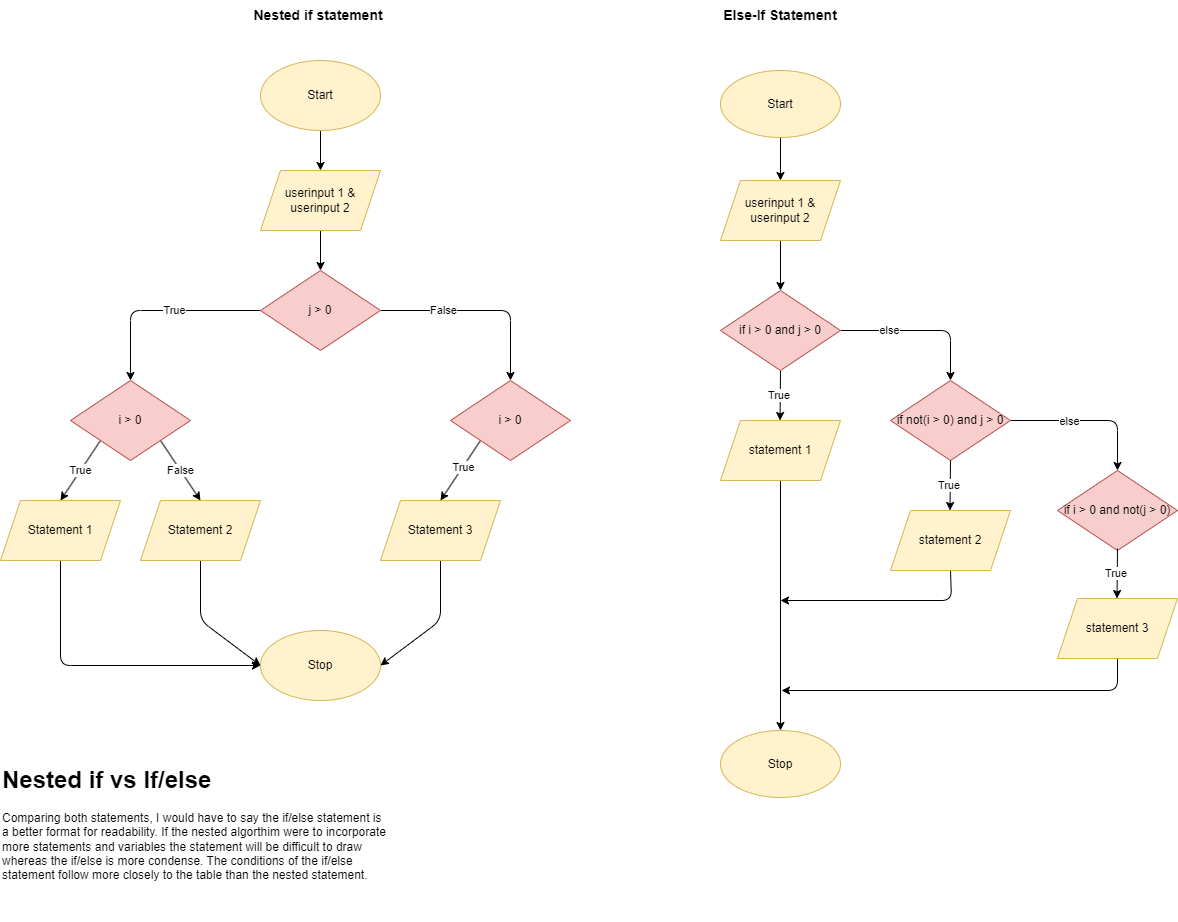
This is main.png from ipivanparra/Algorithm-4-1, a draw.io export, as it was before one commit. Source tidied: cells renumbered, new cells last; positions are measured from the earlier drawing's top-left corner, leaving out a move shared by most shapes.
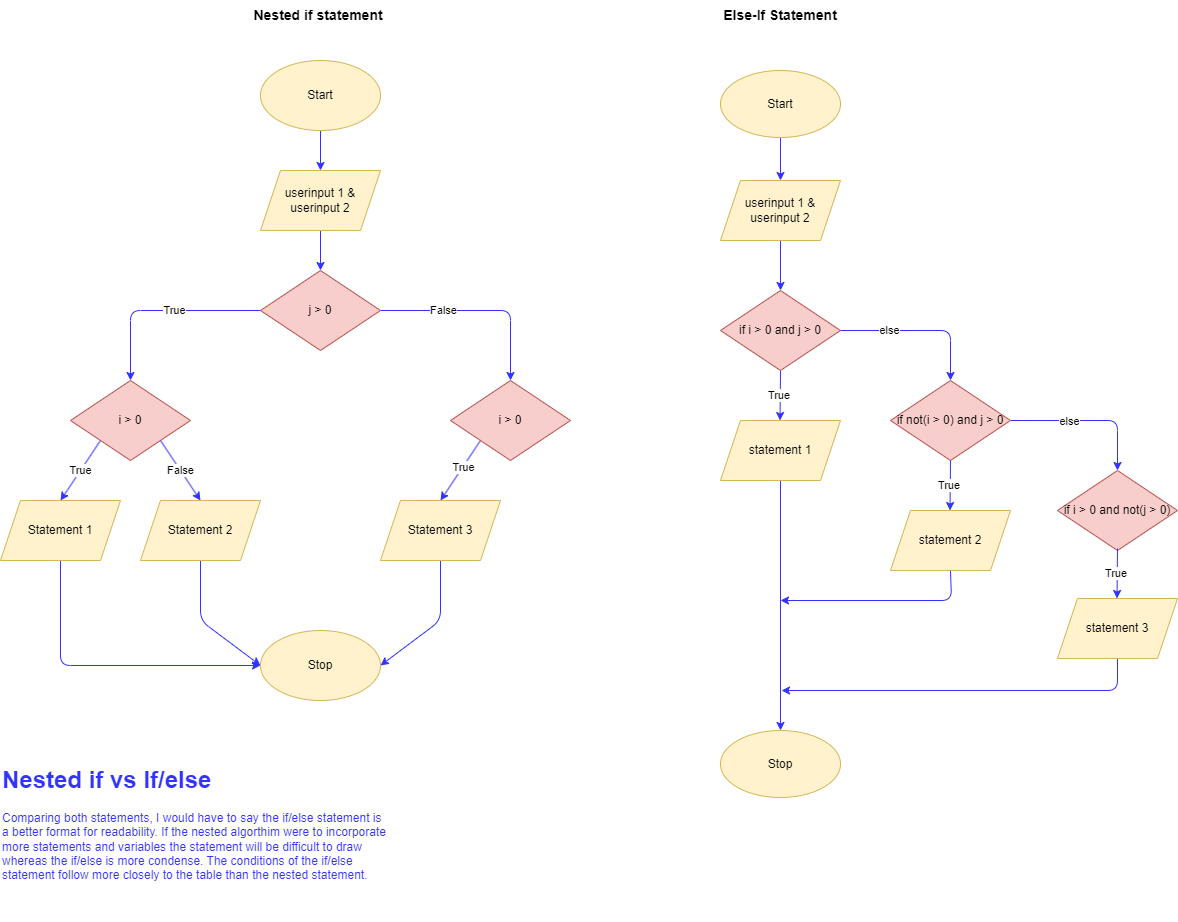
After the commit.

Diff of the diagram source:
```diff
@@ -2,13 +2,13 @@
   <root>
     <mxCell id="0" />
     <mxCell id="1" parent="0" />
-    <mxCell id="2" style="edgeStyle=none;html=1;exitX=0.5;exitY=1;exitDx=0;exitDy=0;entryX=0.5;entryY=0;entryDx=0;entryDy=0;" parent="1" edge="1" source="3" target="23">
+    <mxCell id="2" style="edgeStyle=none;html=1;exitX=0.5;exitY=1;exitDx=0;exitDy=0;entryX=0.5;entryY=0;entryDx=0;entryDy=0;strokeColor=#3333FF;fillColor=#3333FF;" parent="1" edge="1" source="3" target="23">
       <mxGeometry relative="1" as="geometry" />
     </mxCell>
     <mxCell id="3" value="userinput 1 &amp;amp; userinput 2" style="shape=parallelogram;perimeter=parallelogramPerimeter;whiteSpace=wrap;html=1;fixedSize=1;fillColor=#fff2cc;strokeColor=#d6b656;" parent="1" vertex="1">
       <mxGeometry x="260" y="170" width="120" height="60" as="geometry" />
     </mxCell>
-    <mxCell id="4" style="edgeStyle=none;html=1;exitX=0;exitY=0.5;exitDx=0;exitDy=0;entryX=0.5;entryY=0;entryDx=0;entryDy=0;" parent="1" edge="1" target="12">
+    <mxCell id="4" style="edgeStyle=none;html=1;exitX=0;exitY=0.5;exitDx=0;exitDy=0;entryX=0.5;entryY=0;entryDx=0;entryDy=0;strokeColor=#3333FF;" parent="1" edge="1" target="12">
       <mxGeometry relative="1" as="geometry">
         <mxPoint x="260" y="310" as="sourcePoint" />
         <Array as="points">
@@ -19,7 +19,7 @@
     <mxCell id="5" value="True" style="edgeLabel;html=1;align=center;verticalAlign=middle;" parent="4" vertex="1">
       <mxGeometry x="-0.13" y="-1" relative="1" as="geometry" />
     </mxCell>
-    <mxCell id="6" style="edgeStyle=none;html=1;exitX=1;exitY=0.5;exitDx=0;exitDy=0;entryX=0.5;entryY=0;entryDx=0;entryDy=0;" parent="1" edge="1" target="15">
+    <mxCell id="6" style="edgeStyle=none;html=1;exitX=1;exitY=0.5;exitDx=0;exitDy=0;entryX=0.5;entryY=0;entryDx=0;entryDy=0;fillColor=#3333FF;strokeColor=#3333FF;" parent="1" edge="1" target="15">
       <mxGeometry relative="1" as="geometry">
         <mxPoint x="380" y="310" as="sourcePoint" />
         <Array as="points">
@@ -30,22 +30,22 @@
     <mxCell id="7" value="False" style="edgeLabel;html=1;align=center;verticalAlign=middle;" parent="6" vertex="1">
       <mxGeometry x="-0.38" y="1" relative="1" as="geometry" />
     </mxCell>
-    <mxCell id="8" style="edgeStyle=none;html=1;exitX=0.5;exitY=1;exitDx=0;exitDy=0;entryX=0.5;entryY=0;entryDx=0;entryDy=0;" parent="1" edge="1" source="9" target="3">
+    <mxCell id="8" style="edgeStyle=none;html=1;exitX=0.5;exitY=1;exitDx=0;exitDy=0;entryX=0.5;entryY=0;entryDx=0;entryDy=0;strokeColor=#3333FF;" parent="1" edge="1" source="9" target="3">
       <mxGeometry relative="1" as="geometry" />
     </mxCell>
     <mxCell id="9" value="Start" style="ellipse;whiteSpace=wrap;html=1;fillColor=#fff2cc;strokeColor=#d6b656;" parent="1" vertex="1">
       <mxGeometry x="260" y="60" width="120" height="70" as="geometry" />
     </mxCell>
-    <mxCell id="10" value="True" style="edgeStyle=none;html=1;exitX=0;exitY=1;exitDx=0;exitDy=0;entryX=0.5;entryY=0;entryDx=0;entryDy=0;" parent="1" edge="1" source="12" target="17">
+    <mxCell id="10" value="True" style="edgeStyle=none;html=1;exitX=0;exitY=1;exitDx=0;exitDy=0;entryX=0.5;entryY=0;entryDx=0;entryDy=0;strokeColor=#3333FF;" parent="1" edge="1" source="12" target="17">
       <mxGeometry relative="1" as="geometry" />
     </mxCell>
-    <mxCell id="11" value="False" style="edgeStyle=none;html=1;exitX=1;exitY=1;exitDx=0;exitDy=0;entryX=0.5;entryY=0;entryDx=0;entryDy=0;" parent="1" edge="1" source="12" target="19">
+    <mxCell id="11" value="False" style="edgeStyle=none;html=1;exitX=1;exitY=1;exitDx=0;exitDy=0;entryX=0.5;entryY=0;entryDx=0;entryDy=0;strokeColor=#3333FF;" parent="1" edge="1" source="12" target="19">
       <mxGeometry relative="1" as="geometry" />
     </mxCell>
     <mxCell id="12" value="i &amp;gt; 0" style="rhombus;whiteSpace=wrap;html=1;fillColor=#f8cecc;strokeColor=#b85450;" parent="1" vertex="1">
       <mxGeometry x="70" y="380" width="120" height="80" as="geometry" />
     </mxCell>
-    <mxCell id="13" style="edgeStyle=none;html=1;exitX=0;exitY=1;exitDx=0;exitDy=0;entryX=0.5;entryY=0;entryDx=0;entryDy=0;" parent="1" edge="1" source="15" target="21">
+    <mxCell id="13" style="edgeStyle=none;html=1;exitX=0;exitY=1;exitDx=0;exitDy=0;entryX=0.5;entryY=0;entryDx=0;entryDy=0;strokeColor=#3333FF;" parent="1" edge="1" source="15" target="21">
       <mxGeometry relative="1" as="geometry" />
     </mxCell>
     <mxCell id="14" value="True" style="edgeLabel;html=1;align=center;verticalAlign=middle;" parent="13" vertex="1">
@@ -54,7 +54,7 @@
     <mxCell id="15" value="i &amp;gt; 0" style="rhombus;whiteSpace=wrap;html=1;fillColor=#f8cecc;strokeColor=#b85450;" parent="1" vertex="1">
       <mxGeometry x="450" y="380" width="120" height="80" as="geometry" />
     </mxCell>
-    <mxCell id="16" style="edgeStyle=none;html=1;exitX=0.5;exitY=1;exitDx=0;exitDy=0;entryX=0;entryY=0.5;entryDx=0;entryDy=0;" parent="1" edge="1" source="17" target="24">
+    <mxCell id="16" style="edgeStyle=none;html=1;exitX=0.5;exitY=1;exitDx=0;exitDy=0;entryX=0;entryY=0.5;entryDx=0;entryDy=0;strokeColor=#3333FF;" parent="1" edge="1" source="17" target="24">
       <mxGeometry relative="1" as="geometry">
         <Array as="points">
           <mxPoint x="60" y="665" />
@@ -64,7 +64,7 @@
     <mxCell id="17" value="Statement 1" style="shape=parallelogram;perimeter=parallelogramPerimeter;whiteSpace=wrap;html=1;fixedSize=1;fillColor=#fff2cc;strokeColor=#d6b656;" parent="1" vertex="1">
       <mxGeometry y="500" width="120" height="60" as="geometry" />
     </mxCell>
-    <mxCell id="18" style="edgeStyle=none;html=1;exitX=0.5;exitY=1;exitDx=0;exitDy=0;entryX=0;entryY=0.5;entryDx=0;entryDy=0;" parent="1" edge="1" source="19" target="24">
+    <mxCell id="18" style="edgeStyle=none;html=1;exitX=0.5;exitY=1;exitDx=0;exitDy=0;entryX=0;entryY=0.5;entryDx=0;entryDy=0;strokeColor=#3333FF;" parent="1" edge="1" source="19" target="24">
       <mxGeometry relative="1" as="geometry">
         <Array as="points">
           <mxPoint x="200" y="620" />
@@ -74,7 +74,7 @@
     <mxCell id="19" value="Statement 2" style="shape=parallelogram;perimeter=parallelogramPerimeter;whiteSpace=wrap;html=1;fixedSize=1;fillColor=#fff2cc;strokeColor=#d6b656;" parent="1" vertex="1">
       <mxGeometry x="140" y="500" width="120" height="60" as="geometry" />
     </mxCell>
-    <mxCell id="20" style="edgeStyle=none;html=1;exitX=0.5;exitY=1;exitDx=0;exitDy=0;entryX=1;entryY=0.5;entryDx=0;entryDy=0;" parent="1" edge="1" source="21" target="24">
+    <mxCell id="20" style="edgeStyle=none;html=1;exitX=0.5;exitY=1;exitDx=0;exitDy=0;entryX=1;entryY=0.5;entryDx=0;entryDy=0;strokeColor=#3333FF;" parent="1" edge="1" source="21" target="24">
       <mxGeometry relative="1" as="geometry">
         <Array as="points">
           <mxPoint x="440" y="620" />
@@ -93,19 +93,19 @@
     <mxCell id="24" value="Stop" style="ellipse;whiteSpace=wrap;html=1;fillColor=#fff2cc;strokeColor=#d6b656;" parent="1" vertex="1">
       <mxGeometry x="260" y="630" width="120" height="70" as="geometry" />
     </mxCell>
-    <mxCell id="25" style="edgeStyle=none;html=1;" parent="1" edge="1" source="26" target="28">
+    <mxCell id="25" style="edgeStyle=none;html=1;strokeColor=#3333FF;" parent="1" edge="1" source="26" target="28">
       <mxGeometry relative="1" as="geometry" />
     </mxCell>
     <mxCell id="26" value="Start" style="ellipse;whiteSpace=wrap;html=1;fillColor=#fff2cc;strokeColor=#d6b656;" parent="1" vertex="1">
       <mxGeometry x="720" y="70" width="120" height="67" as="geometry" />
     </mxCell>
-    <mxCell id="27" style="edgeStyle=none;html=1;" parent="1" edge="1" source="28" target="31">
+    <mxCell id="27" style="edgeStyle=none;html=1;strokeColor=#3333FF;" parent="1" edge="1" source="28" target="31">
       <mxGeometry relative="1" as="geometry" />
     </mxCell>
     <mxCell id="28" value="userinput 1 &amp;amp; userinput 2" style="shape=parallelogram;perimeter=parallelogramPerimeter;whiteSpace=wrap;html=1;fixedSize=1;fillColor=#fff2cc;strokeColor=#d6b656;" parent="1" vertex="1">
       <mxGeometry x="720" y="180" width="120" height="60" as="geometry" />
     </mxCell>
-    <mxCell id="29" value="else" style="edgeStyle=none;html=1;exitX=1;exitY=0.5;exitDx=0;exitDy=0;" parent="1" edge="1" source="31">
+    <mxCell id="29" value="else" style="edgeStyle=none;html=1;exitX=1;exitY=0.5;exitDx=0;exitDy=0;strokeColor=#3333FF;" parent="1" edge="1" source="31">
       <mxGeometry x="-0.38" relative="1" as="geometry">
         <mxPoint x="950" y="380" as="targetPoint" />
         <Array as="points">
@@ -114,7 +114,7 @@
         <mxPoint x="-1" as="offset" />
       </mxGeometry>
     </mxCell>
-    <mxCell id="30" value="True&amp;nbsp;" style="edgeStyle=none;html=1;exitX=0.5;exitY=1;exitDx=0;exitDy=0;" parent="1" edge="1" source="31">
+    <mxCell id="30" value="True&amp;nbsp;" style="edgeStyle=none;html=1;exitX=0.5;exitY=1;exitDx=0;exitDy=0;strokeColor=#3333FF;" parent="1" edge="1" source="31">
       <mxGeometry relative="1" as="geometry">
         <mxPoint x="779.5" y="420" as="targetPoint" />
       </mxGeometry>
@@ -122,13 +122,13 @@
     <mxCell id="31" value="if i &amp;gt; 0 and j &amp;gt; 0" style="rhombus;whiteSpace=wrap;html=1;fillColor=#f8cecc;strokeColor=#b85450;" parent="1" vertex="1">
       <mxGeometry x="720" y="290" width="120" height="80" as="geometry" />
     </mxCell>
-    <mxCell id="32" style="edgeStyle=none;html=1;exitX=0.5;exitY=1;exitDx=0;exitDy=0;entryX=0.5;entryY=0;entryDx=0;entryDy=0;" parent="1" edge="1" source="33" target="44">
+    <mxCell id="32" style="edgeStyle=none;html=1;exitX=0.5;exitY=1;exitDx=0;exitDy=0;entryX=0.5;entryY=0;entryDx=0;entryDy=0;strokeColor=#3333FF;" parent="1" edge="1" source="33" target="44">
       <mxGeometry relative="1" as="geometry" />
     </mxCell>
     <mxCell id="33" value="statement 1" style="shape=parallelogram;perimeter=parallelogramPerimeter;whiteSpace=wrap;html=1;fixedSize=1;fillColor=#fff2cc;strokeColor=#d6b656;" parent="1" vertex="1">
       <mxGeometry x="720" y="420" width="120" height="60" as="geometry" />
     </mxCell>
-    <mxCell id="34" style="edgeStyle=none;html=1;exitX=1;exitY=0.5;exitDx=0;exitDy=0;entryX=0.5;entryY=0;entryDx=0;entryDy=0;" parent="1" edge="1" source="36" target="40">
+    <mxCell id="34" style="edgeStyle=none;html=1;exitX=1;exitY=0.5;exitDx=0;exitDy=0;entryX=0.5;entryY=0;entryDx=0;entryDy=0;strokeColor=#3333FF;" parent="1" edge="1" source="36" target="40">
       <mxGeometry relative="1" as="geometry">
         <Array as="points">
           <mxPoint x="1117" y="420" />
@@ -141,13 +141,13 @@
     <mxCell id="36" value="if not(i &amp;gt; 0) and j &amp;gt; 0" style="rhombus;whiteSpace=wrap;html=1;fillColor=#f8cecc;strokeColor=#b85450;" parent="1" vertex="1">
       <mxGeometry x="890" y="380" width="120" height="80" as="geometry" />
     </mxCell>
-    <mxCell id="37" value="True&amp;nbsp;" style="edgeStyle=none;html=1;exitX=0.5;exitY=1;exitDx=0;exitDy=0;" parent="1" edge="1">
+    <mxCell id="37" value="True&amp;nbsp;" style="edgeStyle=none;html=1;exitX=0.5;exitY=1;exitDx=0;exitDy=0;strokeColor=#3333FF;" parent="1" edge="1">
       <mxGeometry relative="1" as="geometry">
         <mxPoint x="950" y="460" as="sourcePoint" />
         <mxPoint x="949.5" y="510" as="targetPoint" />
       </mxGeometry>
     </mxCell>
-    <mxCell id="38" style="edgeStyle=none;html=1;exitX=0.5;exitY=1;exitDx=0;exitDy=0;" parent="1" edge="1" source="39">
+    <mxCell id="38" style="edgeStyle=none;html=1;exitX=0.5;exitY=1;exitDx=0;exitDy=0;strokeColor=#3333FF;" parent="1" edge="1" source="39">
       <mxGeometry relative="1" as="geometry">
         <mxPoint x="780" y="600" as="targetPoint" />
         <Array as="points">
@@ -161,13 +161,13 @@
     <mxCell id="40" value="if i &amp;gt; 0 and not(j &amp;gt; 0)" style="rhombus;whiteSpace=wrap;html=1;fillColor=#f8cecc;strokeColor=#b85450;" parent="1" vertex="1">
       <mxGeometry x="1057" y="470" width="120" height="80" as="geometry" />
     </mxCell>
-    <mxCell id="41" value="True&amp;nbsp;" style="edgeStyle=none;html=1;exitX=0.5;exitY=1;exitDx=0;exitDy=0;" parent="1" edge="1">
+    <mxCell id="41" value="True&amp;nbsp;" style="edgeStyle=none;html=1;exitX=0.5;exitY=1;exitDx=0;exitDy=0;strokeColor=#3333FF;" parent="1" edge="1">
       <mxGeometry relative="1" as="geometry">
         <mxPoint x="1117" y="548" as="sourcePoint" />
         <mxPoint x="1116.5" y="598" as="targetPoint" />
       </mxGeometry>
     </mxCell>
-    <mxCell id="42" style="edgeStyle=none;html=1;exitX=0.5;exitY=1;exitDx=0;exitDy=0;" parent="1" edge="1" source="43">
+    <mxCell id="42" style="edgeStyle=none;html=1;exitX=0.5;exitY=1;exitDx=0;exitDy=0;strokeColor=#3333FF;" parent="1" edge="1" source="43">
       <mxGeometry relative="1" as="geometry">
         <mxPoint x="781" y="690" as="targetPoint" />
         <Array as="points">
@@ -184,7 +184,7 @@
     <mxCell id="45" value="Else-If Statement" style="text;html=1;align=center;verticalAlign=middle;whiteSpace=wrap;rounded=0;fontStyle=1;fontSize=14;" parent="1" vertex="1">
       <mxGeometry x="720" width="120" height="30" as="geometry" />
     </mxCell>
-    <mxCell id="46" value="&lt;h1 style=&quot;margin-top: 0px;&quot;&gt;Nested if vs If/else&lt;/h1&gt;&lt;p&gt;Comparing both statements, I would have to say the if/else statement is a better format for readability. If the nested algorthim were to incorporate more statements and variables the statement will be difficult to draw whereas the if/else is more condense. The conditions of the if/else statement follow more closely to the table than the nested statement.&amp;nbsp;&lt;/p&gt;" style="text;html=1;whiteSpace=wrap;overflow=hidden;rounded=0;" parent="1" vertex="1">
+    <mxCell id="46" value="&lt;h1 style=&quot;margin-top: 0px;&quot;&gt;&lt;font style=&quot;color: rgb(51, 51, 255);&quot;&gt;Nested if vs If/else&lt;/font&gt;&lt;/h1&gt;&lt;p&gt;&lt;font style=&quot;color: rgb(51, 51, 255);&quot;&gt;Comparing both statements, I would have to say the if/else statement is a better format for readability. If the nested algorthim were to incorporate more statements and variables the statement will be difficult to draw whereas the if/else is more condense. The conditions of the if/else statement follow more closely to the table than the nested statement.&amp;nbsp;&lt;/font&gt;&lt;/p&gt;" style="text;html=1;whiteSpace=wrap;overflow=hidden;rounded=0;fontColor=#3333FF;" parent="1" vertex="1">
       <mxGeometry y="759" width="390" height="160" as="geometry" />
     </mxCell>
   </root>
```
